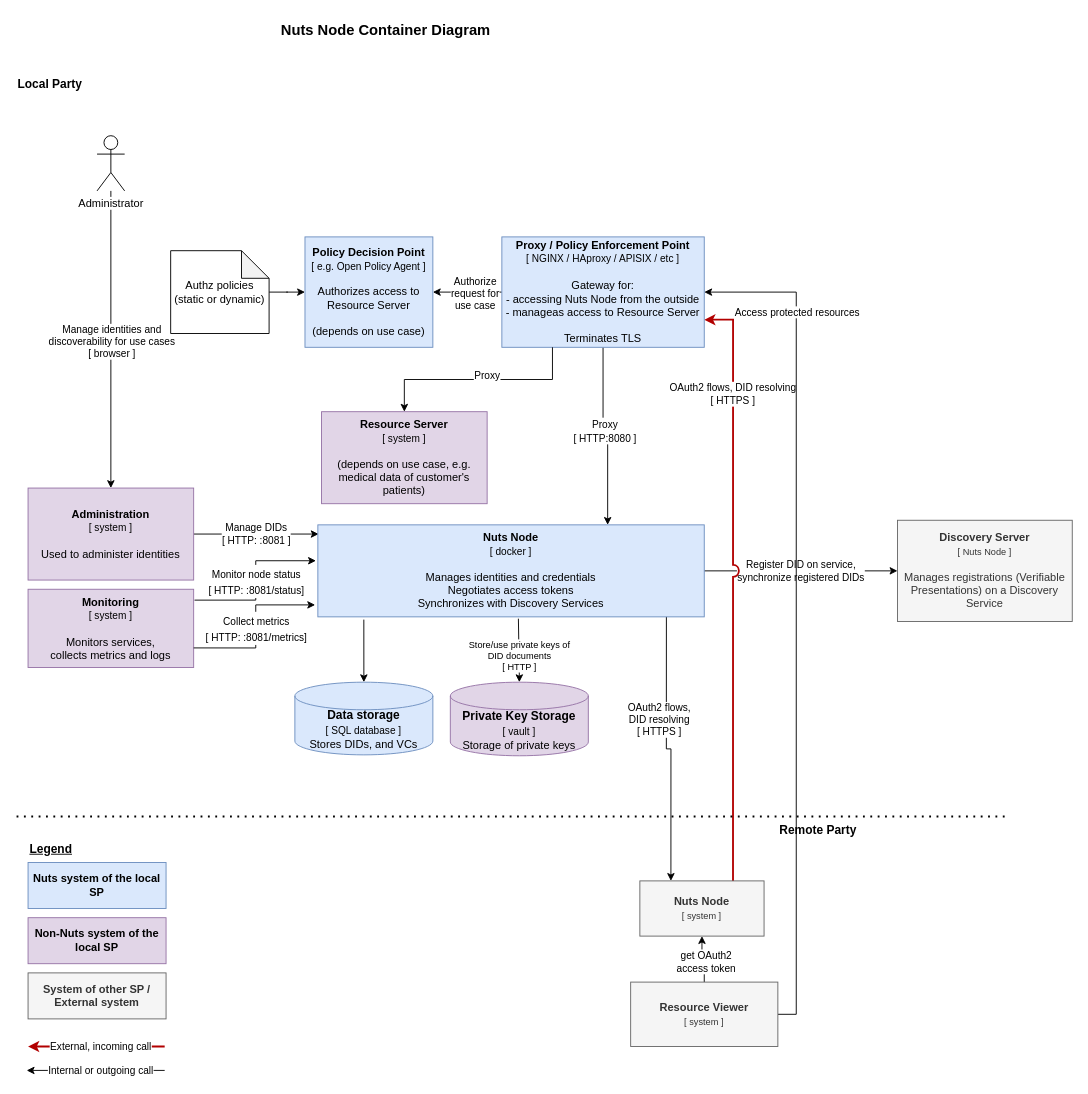
This is page "Container Diagram" (2 of 2) of docs/diagrams/deployment-diagram.drawio from nuts-foundation/nuts-node, a draw.io file, before an edit. Source tidied: cells renumbered, new cells numbered last; positions are measured from the earlier drawing's top-left corner, leaving out a move shared by most shapes. Both pictures are drawn from the tidied source at 92%, with x=0, y=0 at pixel (16, 16).
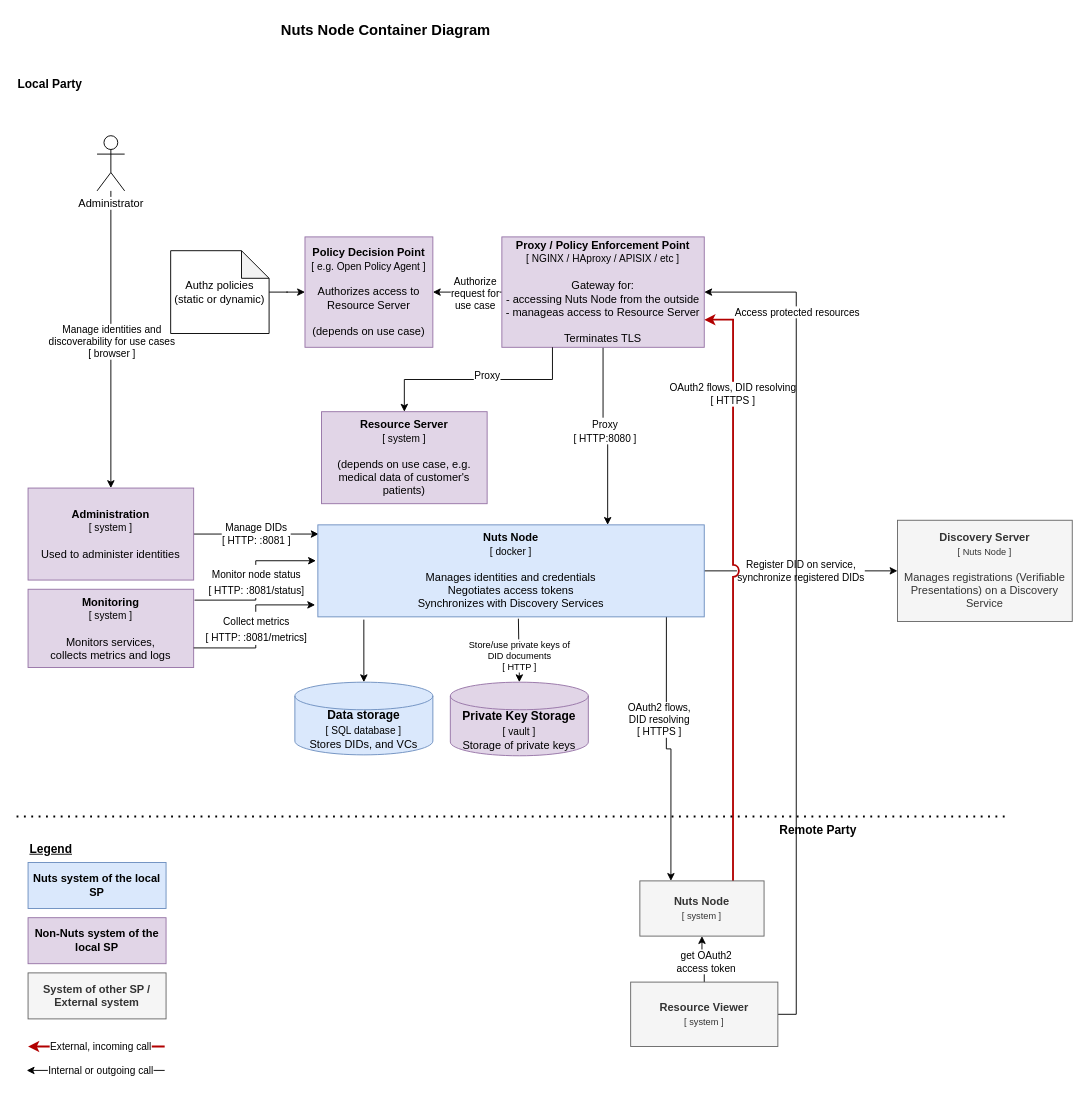
The same diagram, later.

The edit, as a diff of the source:
```diff
@@
-    <mxCell id="29" value="&lt;font style=&quot;&quot;&gt;&lt;b&gt;Proxy / Policy Enforcement Point&lt;/b&gt;&lt;/font&gt;&lt;div&gt;&lt;font style=&quot;font-size: 11px;&quot;&gt;&lt;font style=&quot;font-size: 11px;&quot;&gt;[ NGINX / HAproxy / APISIX / etc ]&lt;/font&gt;&lt;br&gt;&lt;/font&gt;&lt;br&gt;Gateway for:&lt;div&gt;- accessing Nuts Node from the outside&lt;/div&gt;&lt;div&gt;- manageas access to Resource Server&lt;/div&gt;&lt;div&gt;&lt;br&gt;&lt;/div&gt;&lt;div&gt;Terminates TLS&lt;/div&gt;&lt;/div&gt;" style="rounded=0;whiteSpace=wrap;html=1;fillColor=#dae8fc;strokeColor=#6c8ebf;" parent="1" vertex="1">
+    <mxCell id="29" value="&lt;font style=&quot;&quot;&gt;&lt;b&gt;Proxy / Policy Enforcement Point&lt;/b&gt;&lt;/font&gt;&lt;div&gt;&lt;font style=&quot;font-size: 11px;&quot;&gt;&lt;font style=&quot;font-size: 11px;&quot;&gt;[ NGINX / HAproxy / APISIX / etc ]&lt;/font&gt;&lt;br&gt;&lt;/font&gt;&lt;br&gt;Gateway for:&lt;div&gt;- accessing Nuts Node from the outside&lt;/div&gt;&lt;div&gt;- manageas access to Resource Server&lt;/div&gt;&lt;div&gt;&lt;br&gt;&lt;/div&gt;&lt;div&gt;Terminates TLS&lt;/div&gt;&lt;/div&gt;" style="rounded=0;whiteSpace=wrap;html=1;fillColor=#e1d5e7;strokeColor=#9673a6;" parent="1" vertex="1">
       <mxGeometry x="528" y="240" width="220" height="120" as="geometry" />
     </mxCell>
@@
-    <mxCell id="41" value="&lt;font style=&quot;&quot;&gt;&lt;b&gt;Policy Decision Point&lt;br&gt;&lt;/b&gt;&lt;/font&gt;&lt;font style=&quot;font-size: 11px;&quot;&gt;&lt;font style=&quot;font-size: 11px;&quot;&gt;[ e.g. Open Policy Agent ]&lt;/font&gt;&lt;br&gt;&lt;/font&gt;&lt;div&gt;&lt;br&gt;&lt;/div&gt;&lt;div&gt;Authorizes access to Resource Server&lt;/div&gt;&lt;div&gt;&lt;br&gt;&lt;/div&gt;&lt;div&gt;(depends on use case)&lt;/div&gt;" style="rounded=0;whiteSpace=wrap;html=1;fillColor=#dae8fc;strokeColor=#6c8ebf;" parent="1" vertex="1">
+    <mxCell id="41" value="&lt;font style=&quot;&quot;&gt;&lt;b&gt;Policy Decision Point&lt;br&gt;&lt;/b&gt;&lt;/font&gt;&lt;font style=&quot;font-size: 11px;&quot;&gt;&lt;font style=&quot;font-size: 11px;&quot;&gt;[ e.g. Open Policy Agent ]&lt;/font&gt;&lt;br&gt;&lt;/font&gt;&lt;div&gt;&lt;br&gt;&lt;/div&gt;&lt;div&gt;Authorizes access to Resource Server&lt;/div&gt;&lt;div&gt;&lt;br&gt;&lt;/div&gt;&lt;div&gt;(depends on use case)&lt;/div&gt;" style="rounded=0;whiteSpace=wrap;html=1;fillColor=#e1d5e7;strokeColor=#9673a6;" parent="1" vertex="1">
       <mxGeometry x="314" y="240" width="139" height="120" as="geometry" />
     </mxCell>
```
